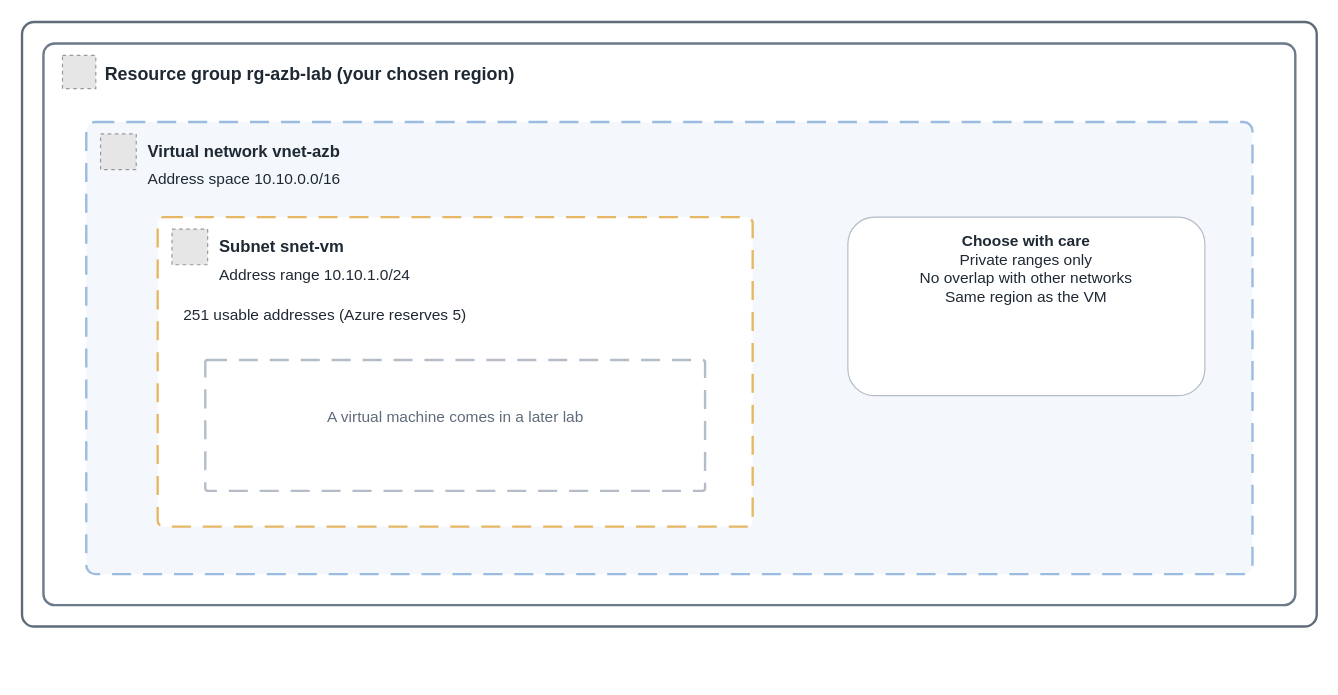
The draw.io diagram src/img/basics/virtual-network-subnet.drawio in AddySidd27/cloud-ai-notes, before the edit. Source tidied: cells renumbered, new cells numbered last; positions are measured from the earlier drawing's top-left corner, leaving out a move shared by most shapes. Both pictures are drawn from the tidied source at 119%, with x=0, y=0 at pixel (21, 21). Pictures stored in the file or linked from it are replaced by grey dashed boxes.
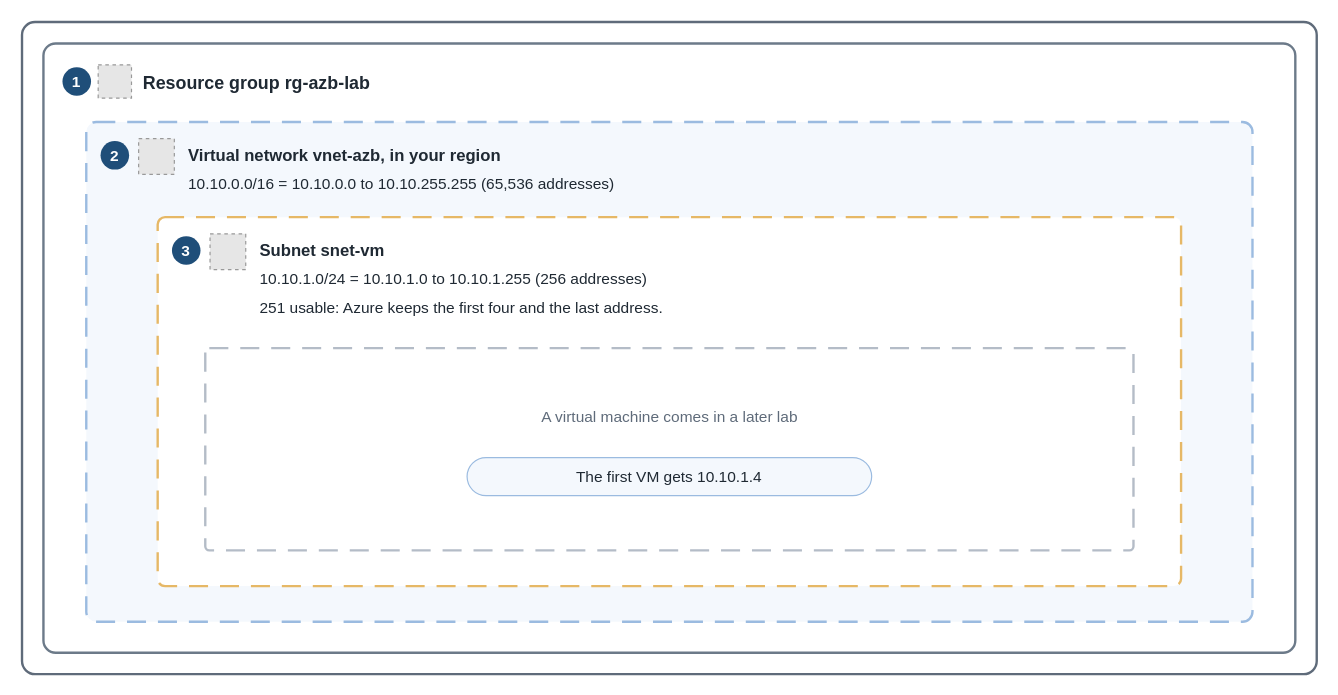
Above is the later version.

The edit, as a diff of the source:
```diff
@@
     <mxCell id="2" style="rounded=1;arcSize=2;html=1;fillColor=#ffffff;strokeColor=#5f6b7a;strokeWidth=2;" parent="1" vertex="1">
-      <mxGeometry width="1088" height="508" as="geometry" />
+      <mxGeometry width="1088" height="548" as="geometry" />
     </mxCell>
     <mxCell id="3" style="rounded=1;arcSize=2;html=1;fillColor=#ffffff;strokeColor=#6c7a89;strokeWidth=2;" parent="1" vertex="1">
-      <mxGeometry x="18" y="18" width="1052" height="472" as="geometry" />
+      <mxGeometry x="18" y="18" width="1052" height="512" as="geometry" />
     </mxCell>
-    <mxCell id="4" style="fillColor=#E6E6E6;strokeColor=#999999;dashed=1;html=1;" parent="1" vertex="1">
-      <mxGeometry x="34" y="28" width="28" height="28" as="geometry" />
+    <mxCell id="4" value="1" style="ellipse;whiteSpace=wrap;html=1;fillColor=#1f4e79;strokeColor=none;fontColor=#ffffff;fontSize=13;fontStyle=1;" parent="1" vertex="1">
+      <mxGeometry x="34" y="38" width="24" height="24" as="geometry" />
     </mxCell>
-    <mxCell id="5" value="&lt;b&gt;Resource group rg-azb-lab (your chosen region)&lt;/b&gt;" style="text;html=1;align=left;verticalAlign=middle;fontSize=15;fontColor=#1f2933;" parent="1" vertex="1">
-      <mxGeometry x="68" y="31" width="700" height="24" as="geometry" />
+    <mxCell id="5" style="fillColor=#E6E6E6;strokeColor=#999999;dashed=1;html=1;" parent="1" vertex="1">
+      <mxGeometry x="64" y="36" width="28" height="28" as="geometry" />
     </mxCell>
-    <mxCell id="6" style="rounded=1;arcSize=2;html=1;fillColor=#f4f8fd;strokeColor=#9bbbe0;strokeWidth=2;dashed=1;dashPattern=8 5;" parent="1" vertex="1">
-      <mxGeometry x="54" y="84" width="980" height="380" as="geometry" />
+    <mxCell id="6" value="&lt;b&gt;Resource group rg-azb-lab&lt;/b&gt;" style="text;html=1;align=left;verticalAlign=middle;fontSize=15;fontColor=#1f2933;" parent="1" vertex="1">
+      <mxGeometry x="100" y="39" width="700" height="24" as="geometry" />
     </mxCell>
-    <mxCell id="7" style="fillColor=#E6E6E6;strokeColor=#999999;dashed=1;html=1;" parent="1" vertex="1">
-      <mxGeometry x="66" y="94" width="30" height="30" as="geometry" />
+    <mxCell id="7" style="rounded=1;arcSize=2;html=1;fillColor=#f4f8fd;strokeColor=#9bbbe0;strokeWidth=2;dashed=1;dashPattern=8 5;" parent="1" vertex="1">
+      <mxGeometry x="54" y="84" width="980" height="420" as="geometry" />
     </mxCell>
-    <mxCell id="8" value="&lt;b&gt;Virtual network vnet-azb&lt;/b&gt;" style="text;html=1;align=left;verticalAlign=middle;fontSize=14;fontColor=#1f2933;" parent="1" vertex="1">
-      <mxGeometry x="104" y="97" width="500" height="24" as="geometry" />
+    <mxCell id="8" value="2" style="ellipse;whiteSpace=wrap;html=1;fillColor=#1f4e79;strokeColor=none;fontColor=#ffffff;fontSize=13;fontStyle=1;" parent="1" vertex="1">
+      <mxGeometry x="66" y="100" width="24" height="24" as="geometry" />
     </mxCell>
-    <mxCell id="9" value="Address space 10.10.0.0/16" style="text;html=1;align=left;verticalAlign=middle;fontSize=13;fontColor=#1f2933;" parent="1" vertex="1">
-      <mxGeometry x="104" y="120" width="500" height="24" as="geometry" />
+    <mxCell id="9" style="fillColor=#E6E6E6;strokeColor=#999999;dashed=1;html=1;" parent="1" vertex="1">
+      <mxGeometry x="98" y="98" width="30" height="30" as="geometry" />
     </mxCell>
-    <mxCell id="10" style="rounded=1;arcSize=2;html=1;fillColor=#ffffff;strokeColor=#e6b866;strokeWidth=2;dashed=1;dashPattern=8 5;" parent="1" vertex="1">
-      <mxGeometry x="114" y="164" width="500" height="260" as="geometry" />
+    <mxCell id="10" value="&lt;b&gt;Virtual network vnet-azb, in your region&lt;/b&gt;" style="text;html=1;align=left;verticalAlign=middle;fontSize=14;fontColor=#1f2933;" parent="1" vertex="1">
+      <mxGeometry x="138" y="100" width="700" height="24" as="geometry" />
     </mxCell>
-    <mxCell id="11" style="fillColor=#E6E6E6;strokeColor=#999999;dashed=1;html=1;" parent="1" vertex="1">
-      <mxGeometry x="126" y="174" width="30" height="30" as="geometry" />
+    <mxCell id="11" value="10.10.0.0/16 = 10.10.0.0 to 10.10.255.255 (65,536 addresses)" style="text;html=1;align=left;verticalAlign=middle;fontSize=13;fontColor=#1f2933;" parent="1" vertex="1">
+      <mxGeometry x="138" y="124" width="800" height="24" as="geometry" />
     </mxCell>
-    <mxCell id="12" value="&lt;b&gt;Subnet snet-vm&lt;/b&gt;" style="text;html=1;align=left;verticalAlign=middle;fontSize=14;fontColor=#1f2933;" parent="1" vertex="1">
-      <mxGeometry x="164" y="177" width="400" height="24" as="geometry" />
+    <mxCell id="12" style="rounded=1;arcSize=2;html=1;fillColor=#ffffff;strokeColor=#e6b866;strokeWidth=2;dashed=1;dashPattern=8 5;" parent="1" vertex="1">
+      <mxGeometry x="114" y="164" width="860" height="310" as="geometry" />
     </mxCell>
-    <mxCell id="13" value="Address range 10.10.1.0/24" style="text;html=1;align=left;verticalAlign=middle;fontSize=13;fontColor=#1f2933;" parent="1" vertex="1">
-      <mxGeometry x="164" y="200" width="400" height="24" as="geometry" />
+    <mxCell id="13" value="3" style="ellipse;whiteSpace=wrap;html=1;fillColor=#1f4e79;strokeColor=none;fontColor=#ffffff;fontSize=13;fontStyle=1;" parent="1" vertex="1">
+      <mxGeometry x="126" y="180" width="24" height="24" as="geometry" />
     </mxCell>
-    <mxCell id="14" value="251 usable addresses (Azure reserves 5)" style="text;html=1;align=left;verticalAlign=middle;fontSize=13;fontColor=#1f2933;" parent="1" vertex="1">
-      <mxGeometry x="134" y="234" width="460" height="24" as="geometry" />
+    <mxCell id="14" style="fillColor=#E6E6E6;strokeColor=#999999;dashed=1;html=1;" parent="1" vertex="1">
+      <mxGeometry x="158" y="178" width="30" height="30" as="geometry" />
     </mxCell>
-    <mxCell id="15" style="rounded=1;arcSize=2;html=1;fillColor=#ffffff;strokeColor=#b4bcc7;strokeWidth=2;dashed=1;dashPattern=8 5;" parent="1" vertex="1">
-      <mxGeometry x="154" y="284" width="420" height="110" as="geometry" />
+    <mxCell id="15" value="&lt;b&gt;Subnet snet-vm&lt;/b&gt;" style="text;html=1;align=left;verticalAlign=middle;fontSize=14;fontColor=#1f2933;" parent="1" vertex="1">
+      <mxGeometry x="198" y="180" width="600" height="24" as="geometry" />
     </mxCell>
-    <mxCell id="16" value="A virtual machine comes in a later lab" style="text;html=1;align=center;verticalAlign=middle;fontSize=13;fontColor=#5f6b7a;" parent="1" vertex="1">
-      <mxGeometry x="164" y="320" width="400" height="24" as="geometry" />
+    <mxCell id="16" value="10.10.1.0/24 = 10.10.1.0 to 10.10.1.255 (256 addresses)" style="text;html=1;align=left;verticalAlign=middle;fontSize=13;fontColor=#1f2933;" parent="1" vertex="1">
+      <mxGeometry x="198" y="204" width="700" height="24" as="geometry" />
     </mxCell>
-    <mxCell id="17" value="&lt;b&gt;Choose with care&lt;/b&gt;&lt;br&gt;Private ranges only&lt;br&gt;No overlap with other networks&lt;br&gt;Same region as the VM" style="rounded=1;whiteSpace=wrap;html=1;fillColor=#ffffff;strokeColor=#b4bcc7;fontSize=13;fontColor=#1f2933;verticalAlign=top;spacingTop=6;" parent="1" vertex="1">
-      <mxGeometry x="694" y="164" width="300" height="150" as="geometry" />
+    <mxCell id="17" value="251 usable: Azure keeps the first four and the last address." style="text;html=1;align=left;verticalAlign=middle;fontSize=13;fontColor=#1f2933;" parent="1" vertex="1">
+      <mxGeometry x="198" y="228" width="700" height="24" as="geometry" />
     </mxCell>
+    <mxCell id="18" style="rounded=1;arcSize=2;html=1;fillColor=#ffffff;strokeColor=#b4bcc7;strokeWidth=2;dashed=1;dashPattern=8 5;" parent="1" vertex="1">
+      <mxGeometry x="154" y="274" width="780" height="170" as="geometry" />
+    </mxCell>
+    <mxCell id="19" value="A virtual machine comes in a later lab" style="text;html=1;align=center;verticalAlign=middle;fontSize=13;fontColor=#5f6b7a;" parent="1" vertex="1">
+      <mxGeometry x="164" y="320" width="760" height="24" as="geometry" />
+    </mxCell>
+    <mxCell id="20" value="The first VM gets 10.10.1.4" style="rounded=1;arcSize=50;whiteSpace=wrap;html=1;fillColor=#f4f8fd;strokeColor=#9bbbe0;fontSize=13;fontColor=#1f2933;" parent="1" vertex="1">
+      <mxGeometry x="374" y="366" width="340" height="32" as="geometry" />
+    </mxCell>
```
